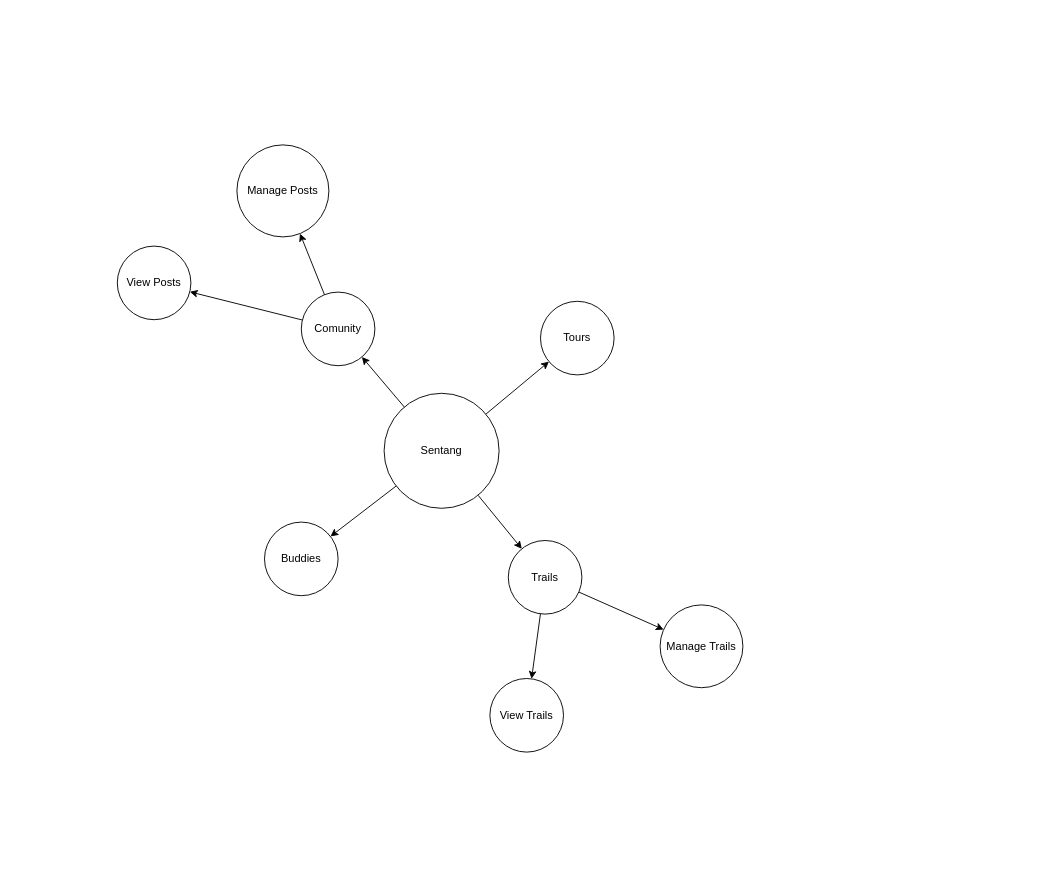
chavp/DataModeling keeps this draw.io diagram as page "Products" (1 of 3) of docs/draw/sentang.drawio. Above is the earlier version. Source tidied: cells renumbered, new cells numbered last; positions are measured from the earlier drawing's top-left corner, leaving out a move shared by most shapes. Both pictures are drawn from the tidied source at 92%, with x=0, y=0 at pixel (117, 144).
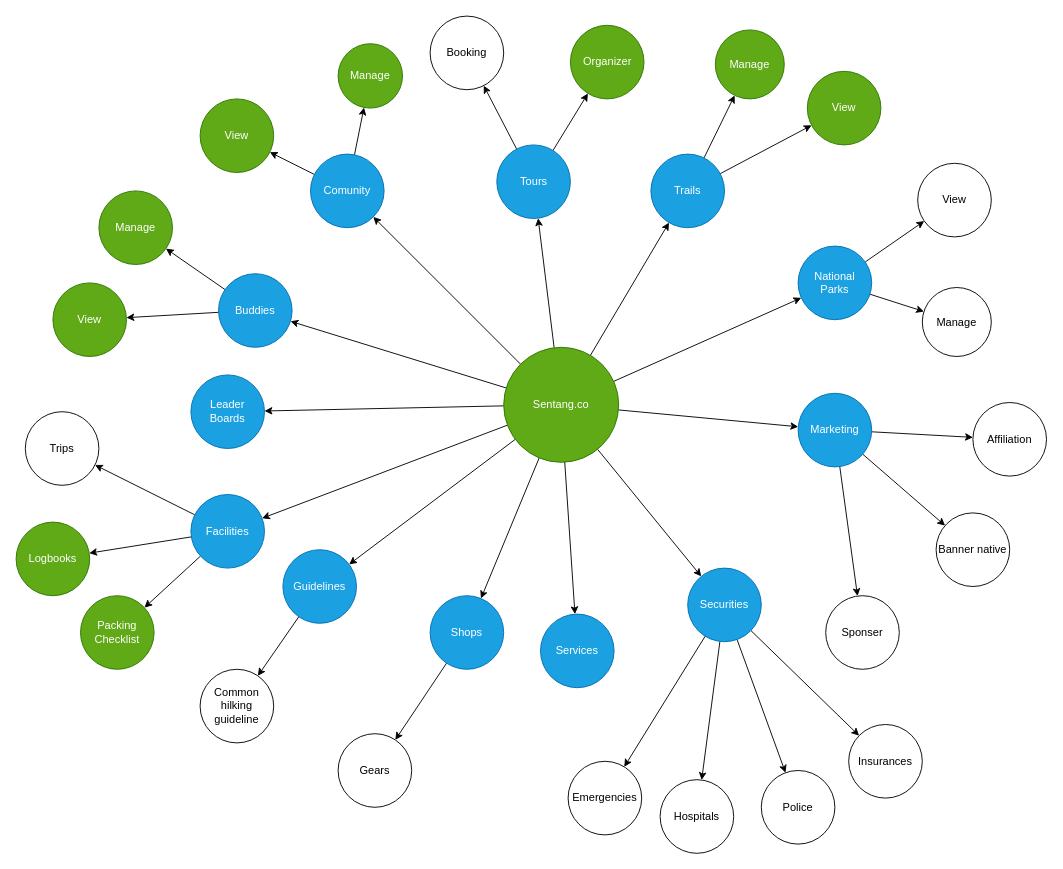
The same page after the edit.

Diff of the diagram source:
```diff
@@
+    <mxCell id="19" style="rounded=0;jettySize=auto;html=1;" parent="1" edge="1" source="6" target="30">
+      <mxGeometry relative="1" as="geometry" />
+    </mxCell>
+    <mxCell id="20" style="rounded=0;jettySize=auto;html=1;" parent="1" edge="1" source="6" target="37">
+      <mxGeometry relative="1" as="geometry" />
+    </mxCell>
+    <mxCell id="21" style="rounded=0;jettySize=auto;html=1;" parent="1" edge="1" source="6" target="43">
+      <mxGeometry relative="1" as="geometry" />
+    </mxCell>
+    <mxCell id="22" style="rounded=0;jettySize=auto;html=1;" parent="1" edge="1" source="6" target="53">
+      <mxGeometry relative="1" as="geometry" />
+    </mxCell>
+    <mxCell id="23" style="rounded=0;jettySize=auto;html=1;" parent="1" edge="1" source="6" target="48">
+      <mxGeometry relative="1" as="geometry" />
+    </mxCell>
+    <mxCell id="24" style="rounded=0;jettySize=auto;html=1;" parent="1" edge="1" source="6" target="63">
+      <mxGeometry relative="1" as="geometry" />
+    </mxCell>
+    <mxCell id="25" style="rounded=0;jettySize=auto;html=1;" parent="1" edge="1" source="6" target="69">
+      <mxGeometry relative="1" as="geometry" />
+    </mxCell>
-    <mxCell id="6" value="Sentang" style="ellipse;whiteSpace=wrap;html=1;" parent="1" vertex="1">
-      <mxGeometry x="290" y="270" width="125" height="125" as="geometry" />
+    <mxCell id="6" value="Sentang.co" style="ellipse;whiteSpace=wrap;html=1;fillColor=#60a917;fontColor=#ffffff;strokeColor=#2D7600;" parent="1" vertex="1">
+      <mxGeometry x="420" y="220" width="125" height="125" as="geometry" />
     </mxCell>
@@
-    <mxCell id="9" value="Comunity" style="ellipse;whiteSpace=wrap;html=1;" parent="1" vertex="1">
-      <mxGeometry x="200" y="160" width="80" height="80" as="geometry" />
+    <mxCell id="9" value="Comunity" style="ellipse;whiteSpace=wrap;html=1;fillColor=#1ba1e2;fontColor=#ffffff;strokeColor=#006EAF;" parent="1" vertex="1">
+      <mxGeometry x="210" y="10" width="80" height="80" as="geometry" />
     </mxCell>
+    <mxCell id="26" style="rounded=0;jettySize=auto;html=1;" parent="1" edge="1" source="10" target="33">
+      <mxGeometry relative="1" as="geometry" />
+    </mxCell>
+    <mxCell id="27" style="rounded=0;jettySize=auto;html=1;" parent="1" edge="1" source="10" target="34">
+      <mxGeometry relative="1" as="geometry" />
+    </mxCell>
-    <mxCell id="10" value="Tours" style="ellipse;whiteSpace=wrap;html=1;" parent="1" vertex="1">
-      <mxGeometry x="460" y="170" width="80" height="80" as="geometry" />
+    <mxCell id="10" value="Tours" style="ellipse;whiteSpace=wrap;html=1;fillColor=#1ba1e2;fontColor=#ffffff;strokeColor=#006EAF;" parent="1" vertex="1">
+      <mxGeometry x="412.5" width="80" height="80" as="geometry" />
     </mxCell>
@@
-    <mxCell id="13" value="Trails" style="ellipse;whiteSpace=wrap;html=1;" parent="1" vertex="1">
-      <mxGeometry x="425" y="430" width="80" height="80" as="geometry" />
+    <mxCell id="13" value="Trails" style="ellipse;whiteSpace=wrap;html=1;fillColor=#1ba1e2;fontColor=#ffffff;strokeColor=#006EAF;" parent="1" vertex="1">
+      <mxGeometry x="580" y="10" width="80" height="80" as="geometry" />
     </mxCell>
+    <mxCell id="28" style="rounded=0;jettySize=auto;html=1;" parent="1" edge="1" source="14" target="32">
+      <mxGeometry relative="1" as="geometry" />
+    </mxCell>
+    <mxCell id="29" style="rounded=0;jettySize=auto;html=1;" parent="1" edge="1" source="14" target="31">
+      <mxGeometry relative="1" as="geometry" />
+    </mxCell>
-    <mxCell id="14" value="Buddies" style="ellipse;whiteSpace=wrap;html=1;" parent="1" vertex="1">
-      <mxGeometry x="160" y="410" width="80" height="80" as="geometry" />
+    <mxCell id="14" value="Buddies" style="ellipse;whiteSpace=wrap;html=1;fillColor=#1ba1e2;fontColor=#ffffff;strokeColor=#006EAF;" parent="1" vertex="1">
+      <mxGeometry x="110" y="140" width="80" height="80" as="geometry" />
     </mxCell>
-    <mxCell id="15" value="View Posts" style="ellipse;whiteSpace=wrap;html=1;" parent="1" vertex="1">
-      <mxGeometry y="110" width="80" height="80" as="geometry" />
+    <mxCell id="15" value="View" style="ellipse;whiteSpace=wrap;html=1;fillColor=#60a917;fontColor=#ffffff;strokeColor=#2D7600;" parent="1" vertex="1">
+      <mxGeometry x="90" y="-50" width="80" height="80" as="geometry" />
     </mxCell>
-    <mxCell id="16" value="Manage Posts" style="ellipse;whiteSpace=wrap;html=1;" parent="1" vertex="1">
-      <mxGeometry x="130" width="100" height="100" as="geometry" />
+    <mxCell id="16" value="Manage" style="ellipse;whiteSpace=wrap;html=1;fillColor=#60a917;fontColor=#ffffff;strokeColor=#2D7600;" parent="1" vertex="1">
+      <mxGeometry x="240" y="-110" width="70" height="70" as="geometry" />
     </mxCell>
-    <mxCell id="17" value="View Trails" style="ellipse;whiteSpace=wrap;html=1;" parent="1" vertex="1">
-      <mxGeometry x="405" y="580" width="80" height="80" as="geometry" />
+    <mxCell id="17" value="View" style="ellipse;whiteSpace=wrap;html=1;fillColor=#60a917;fontColor=#ffffff;strokeColor=#2D7600;" parent="1" vertex="1">
+      <mxGeometry x="750" y="-80" width="80" height="80" as="geometry" />
     </mxCell>
-    <mxCell id="18" value="Manage Trails" style="ellipse;whiteSpace=wrap;html=1;" parent="1" vertex="1">
-      <mxGeometry x="590" y="500" width="90" height="90" as="geometry" />
+    <mxCell id="18" value="Manage" style="ellipse;whiteSpace=wrap;html=1;fillColor=#60a917;fontColor=#ffffff;strokeColor=#2D7600;" parent="1" vertex="1">
+      <mxGeometry x="650" y="-125" width="75" height="75" as="geometry" />
     </mxCell>
+    <mxCell id="30" value="Leader Boards" style="ellipse;whiteSpace=wrap;html=1;fillColor=#1ba1e2;fontColor=#ffffff;strokeColor=#006EAF;" parent="1" vertex="1">
+      <mxGeometry x="80" y="250" width="80" height="80" as="geometry" />
+    </mxCell>
+    <mxCell id="31" value="View" style="ellipse;whiteSpace=wrap;html=1;fillColor=#60a917;fontColor=#ffffff;strokeColor=#2D7600;" parent="1" vertex="1">
+      <mxGeometry x="-70" y="150" width="80" height="80" as="geometry" />
+    </mxCell>
+    <mxCell id="32" value="Manage" style="ellipse;whiteSpace=wrap;html=1;fillColor=#60a917;fontColor=#ffffff;strokeColor=#2D7600;" parent="1" vertex="1">
+      <mxGeometry x="-20" y="50" width="80" height="80" as="geometry" />
+    </mxCell>
+    <mxCell id="33" value="Booking" style="ellipse;whiteSpace=wrap;html=1;" parent="1" vertex="1">
+      <mxGeometry x="340" y="-140" width="80" height="80" as="geometry" />
+    </mxCell>
+    <mxCell id="34" value="Organizer" style="ellipse;whiteSpace=wrap;html=1;fillColor=#60a917;fontColor=#ffffff;strokeColor=#2D7600;" parent="1" vertex="1">
+      <mxGeometry x="492.5" y="-130" width="80" height="80" as="geometry" />
+    </mxCell>
+    <mxCell id="35" style="rounded=0;jettySize=auto;html=1;" parent="1" edge="1" source="37" target="38">
+      <mxGeometry relative="1" as="geometry" />
+    </mxCell>
+    <mxCell id="36" style="rounded=0;jettySize=auto;html=1;" parent="1" edge="1" source="37" target="39">
+      <mxGeometry relative="1" as="geometry" />
+    </mxCell>
+    <mxCell id="37" value="National Parks" style="ellipse;whiteSpace=wrap;html=1;fillColor=#1ba1e2;fontColor=#ffffff;strokeColor=#006EAF;" parent="1" vertex="1">
+      <mxGeometry x="740" y="110" width="80" height="80" as="geometry" />
+    </mxCell>
+    <mxCell id="38" value="View" style="ellipse;whiteSpace=wrap;html=1;" parent="1" vertex="1">
+      <mxGeometry x="870" y="20" width="80" height="80" as="geometry" />
+    </mxCell>
+    <mxCell id="39" value="Manage" style="ellipse;whiteSpace=wrap;html=1;" parent="1" vertex="1">
+      <mxGeometry x="875" y="155" width="75" height="75" as="geometry" />
+    </mxCell>
+    <mxCell id="40" style="rounded=0;jettySize=auto;html=1;" parent="1" edge="1" source="43" target="44">
+      <mxGeometry relative="1" as="geometry" />
+    </mxCell>
+    <mxCell id="41" style="rounded=0;jettySize=auto;html=1;" parent="1" edge="1" source="43" target="45">
+      <mxGeometry relative="1" as="geometry" />
+    </mxCell>
+    <mxCell id="42" style="rounded=0;jettySize=auto;html=1;" parent="1" edge="1" source="43" target="46">
+      <mxGeometry relative="1" as="geometry" />
+    </mxCell>
+    <mxCell id="43" value="Facilities" style="ellipse;whiteSpace=wrap;html=1;fillColor=#1ba1e2;fontColor=#ffffff;strokeColor=#006EAF;" parent="1" vertex="1">
+      <mxGeometry x="80" y="380" width="80" height="80" as="geometry" />
+    </mxCell>
+    <mxCell id="44" value="Trips" style="ellipse;whiteSpace=wrap;html=1;" parent="1" vertex="1">
+      <mxGeometry x="-100" y="290" width="80" height="80" as="geometry" />
+    </mxCell>
+    <mxCell id="45" value="Logbooks" style="ellipse;whiteSpace=wrap;html=1;fillColor=#60a917;fontColor=#ffffff;strokeColor=#2D7600;" parent="1" vertex="1">
+      <mxGeometry x="-110" y="410" width="80" height="80" as="geometry" />
+    </mxCell>
+    <mxCell id="46" value="Packing Checklist" style="ellipse;whiteSpace=wrap;html=1;fillColor=#60a917;fontColor=#ffffff;strokeColor=#2D7600;" parent="1" vertex="1">
+      <mxGeometry x="-40" y="490" width="80" height="80" as="geometry" />
+    </mxCell>
+    <mxCell id="47" style="rounded=0;jettySize=auto;html=1;" parent="1" edge="1" source="48" target="49">
+      <mxGeometry relative="1" as="geometry" />
+    </mxCell>
+    <mxCell id="48" value="Shops" style="ellipse;whiteSpace=wrap;html=1;fillColor=#1ba1e2;fontColor=#ffffff;strokeColor=#006EAF;" parent="1" vertex="1">
+      <mxGeometry x="340" y="490" width="80" height="80" as="geometry" />
+    </mxCell>
+    <mxCell id="49" value="Gears" style="ellipse;whiteSpace=wrap;html=1;" parent="1" vertex="1">
+      <mxGeometry x="240" y="640" width="80" height="80" as="geometry" />
+    </mxCell>
+    <mxCell id="50" style="rounded=0;jettySize=auto;html=1;" parent="1" edge="1" source="53" target="56">
+      <mxGeometry relative="1" as="geometry" />
+    </mxCell>
+    <mxCell id="51" style="rounded=0;jettySize=auto;html=1;" parent="1" edge="1" source="53" target="55">
+      <mxGeometry relative="1" as="geometry" />
+    </mxCell>
+    <mxCell id="52" style="rounded=0;jettySize=auto;html=1;" parent="1" edge="1" source="53" target="54">
+      <mxGeometry relative="1" as="geometry" />
+    </mxCell>
+    <mxCell id="53" value="Marketing" style="ellipse;whiteSpace=wrap;html=1;fillColor=#1ba1e2;fontColor=#ffffff;strokeColor=#006EAF;" parent="1" vertex="1">
+      <mxGeometry x="740" y="270" width="80" height="80" as="geometry" />
+    </mxCell>
+    <mxCell id="54" value="Sponser" style="ellipse;whiteSpace=wrap;html=1;" parent="1" vertex="1">
+      <mxGeometry x="770" y="490" width="80" height="80" as="geometry" />
+    </mxCell>
+    <mxCell id="55" value="Banner native" style="ellipse;whiteSpace=wrap;html=1;" parent="1" vertex="1">
+      <mxGeometry x="890" y="400" width="80" height="80" as="geometry" />
+    </mxCell>
+    <mxCell id="56" value="Affiliation" style="ellipse;whiteSpace=wrap;html=1;" parent="1" vertex="1">
+      <mxGeometry x="930" y="280" width="80" height="80" as="geometry" />
+    </mxCell>
+    <mxCell id="57" value="Services" style="ellipse;whiteSpace=wrap;html=1;fillColor=#1ba1e2;fontColor=#ffffff;strokeColor=#006EAF;" parent="1" vertex="1">
+      <mxGeometry x="460" y="510" width="80" height="80" as="geometry" />
+    </mxCell>
+    <mxCell id="58" style="rounded=0;jettySize=auto;html=1;" parent="1" edge="1" source="6" target="57">
+      <mxGeometry relative="1" as="geometry" />
+    </mxCell>
+    <mxCell id="59" style="rounded=0;jettySize=auto;html=1;" parent="1" edge="1" source="63" target="64">
+      <mxGeometry relative="1" as="geometry" />
+    </mxCell>
+    <mxCell id="60" style="rounded=0;jettySize=auto;html=1;" parent="1" edge="1" source="63" target="65">
+      <mxGeometry relative="1" as="geometry" />
+    </mxCell>
+    <mxCell id="61" style="rounded=0;jettySize=auto;html=1;" parent="1" edge="1" source="63" target="66">
+      <mxGeometry relative="1" as="geometry" />
+    </mxCell>
+    <mxCell id="62" style="rounded=0;jettySize=auto;html=1;" parent="1" edge="1" source="63" target="67">
+      <mxGeometry relative="1" as="geometry" />
+    </mxCell>
+    <mxCell id="63" value="Securities" style="ellipse;whiteSpace=wrap;html=1;fillColor=#1ba1e2;fontColor=#ffffff;strokeColor=#006EAF;" parent="1" vertex="1">
+      <mxGeometry x="620" y="460" width="80" height="80" as="geometry" />
+    </mxCell>
+    <mxCell id="64" value="Emergencies" style="ellipse;whiteSpace=wrap;html=1;" parent="1" vertex="1">
+      <mxGeometry x="490" y="670" width="80" height="80" as="geometry" />
+    </mxCell>
+    <mxCell id="65" value="Hospitals" style="ellipse;whiteSpace=wrap;html=1;" parent="1" vertex="1">
+      <mxGeometry x="590" y="690" width="80" height="80" as="geometry" />
+    </mxCell>
+    <mxCell id="66" value="Police" style="ellipse;whiteSpace=wrap;html=1;" parent="1" vertex="1">
+      <mxGeometry x="700" y="680" width="80" height="80" as="geometry" />
+    </mxCell>
+    <mxCell id="67" value="Insurances" style="ellipse;whiteSpace=wrap;html=1;" parent="1" vertex="1">
+      <mxGeometry x="795" y="630" width="80" height="80" as="geometry" />
+    </mxCell>
+    <mxCell id="68" style="rounded=0;jettySize=auto;html=1;" parent="1" edge="1" source="69" target="70">
+      <mxGeometry relative="1" as="geometry" />
+    </mxCell>
+    <mxCell id="69" value="Guidelines" style="ellipse;whiteSpace=wrap;html=1;fillColor=#1ba1e2;fontColor=#ffffff;strokeColor=#006EAF;" parent="1" vertex="1">
+      <mxGeometry x="180" y="440" width="80" height="80" as="geometry" />
+    </mxCell>
+    <mxCell id="70" value="Common hilking guideline" style="ellipse;whiteSpace=wrap;html=1;" parent="1" vertex="1">
+      <mxGeometry x="90" y="570" width="80" height="80" as="geometry" />
+    </mxCell>
```
